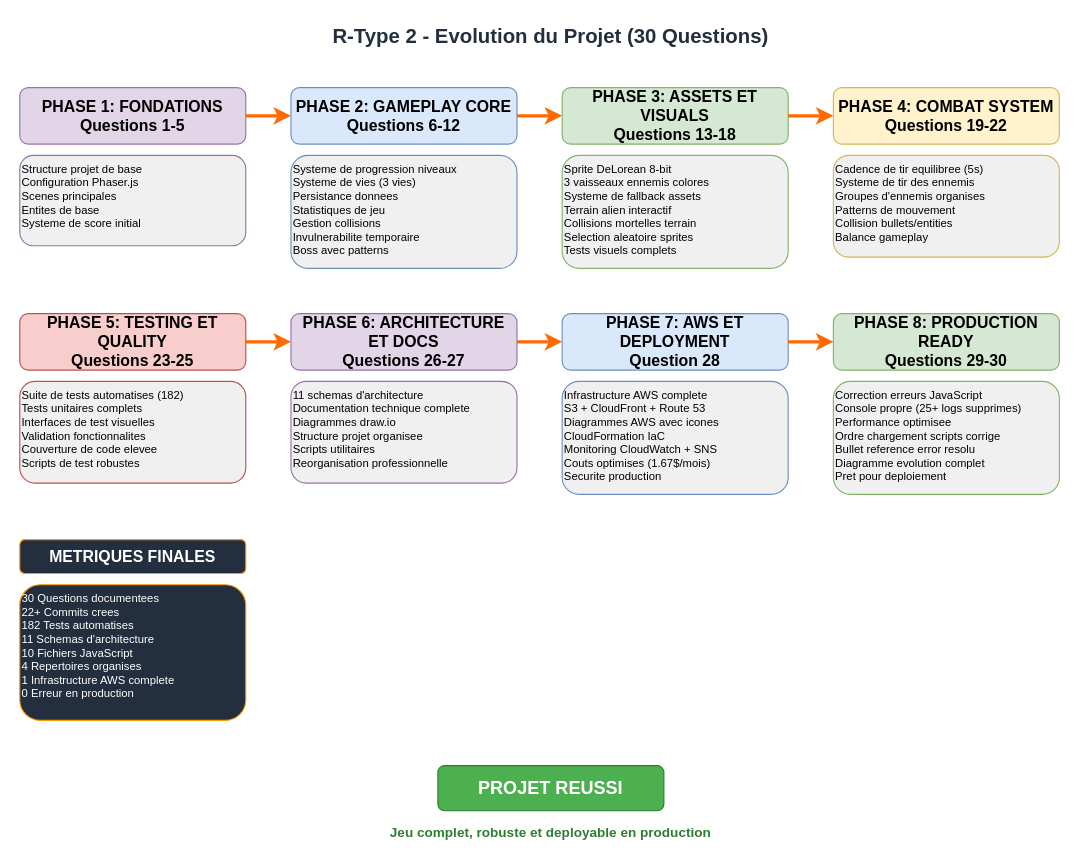
sylvainbruas/r-type-like keeps this draw.io diagram as architecture/11-evolution-projet.drawio. Above is the earlier version. Source tidied: cells renumbered, new cells numbered last; positions are measured from the earlier drawing's top-left corner, leaving out a move shared by most shapes. Both pictures are drawn from the tidied source at 113%, with x=0, y=0 at pixel (19, 19).
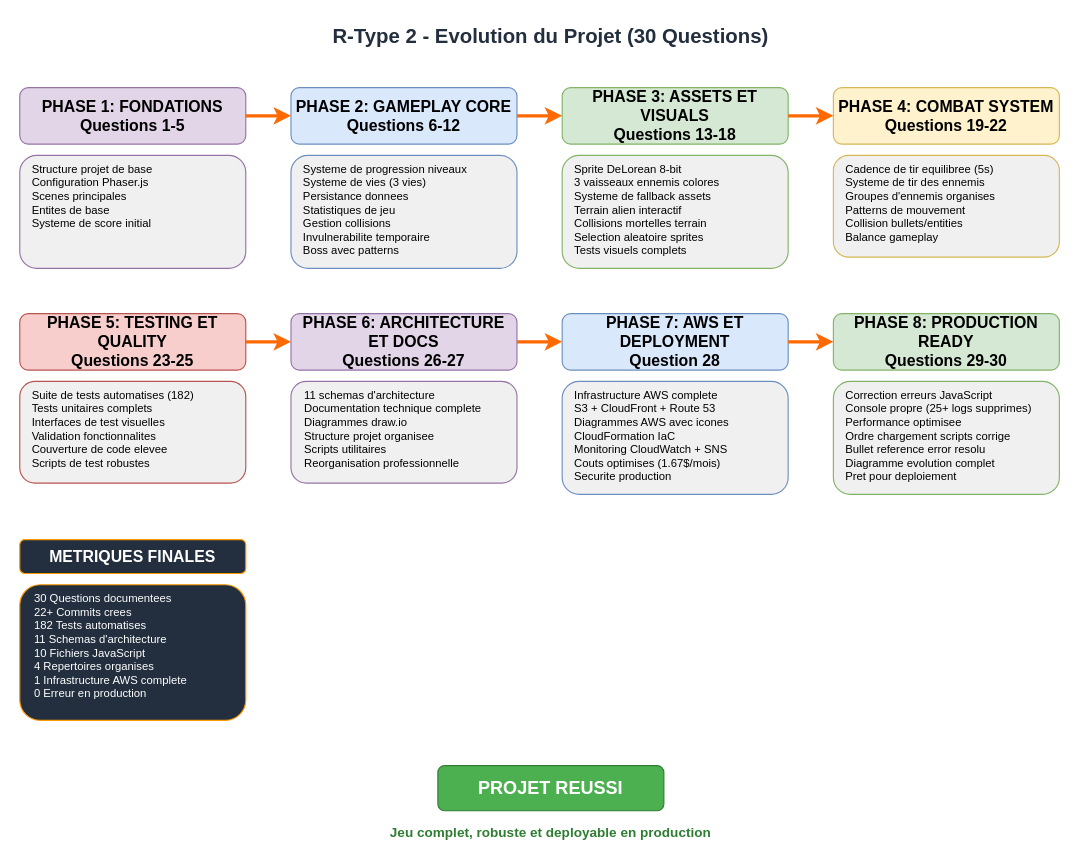
After the change.

Commit message (it also covers changes not shown here):
fix: Resolve Bullet class syntax error causing ReferenceError

What changed in the source:
```diff
@@
-    <mxCell id="4" value="Structure projet de base&#10;Configuration Phaser.js&#10;Scenes principales&#10;Entites de base&#10;Systeme de score initial" style="text;html=1;strokeColor=#9673A6;fillColor=#F0F0F0;align=left;verticalAlign=top;whiteSpace=wrap;rounded=1;fontSize=10;" parent="1" vertex="1">
-      <mxGeometry y="120" width="200" height="80" as="geometry" />
+    <mxCell id="4" value="Structure projet de base&#10;Configuration Phaser.js&#10;Scenes principales&#10;Entites de base&#10;Systeme de score initial" style="text;html=1;strokeColor=#9673A6;fillColor=#F0F0F0;align=left;verticalAlign=top;whiteSpace=wrap;rounded=1;fontSize=10;spacingLeft=9;" parent="1" vertex="1">
+      <mxGeometry y="120" width="200" height="100" as="geometry" />
     </mxCell>
@@
-    <mxCell id="6" value="Systeme de progression niveaux&#10;Systeme de vies (3 vies)&#10;Persistance donnees&#10;Statistiques de jeu&#10;Gestion collisions&#10;Invulnerabilite temporaire&#10;Boss avec patterns" style="text;html=1;strokeColor=#6C8EBF;fillColor=#F0F0F0;align=left;verticalAlign=top;whiteSpace=wrap;rounded=1;fontSize=10;" parent="1" vertex="1">
+    <mxCell id="6" value="Systeme de progression niveaux&#10;Systeme de vies (3 vies)&#10;Persistance donnees&#10;Statistiques de jeu&#10;Gestion collisions&#10;Invulnerabilite temporaire&#10;Boss avec patterns" style="text;html=1;strokeColor=#6C8EBF;fillColor=#F0F0F0;align=left;verticalAlign=top;whiteSpace=wrap;rounded=1;fontSize=10;spacingLeft=9;" parent="1" vertex="1">
       <mxGeometry x="240" y="120" width="200" height="100" as="geometry" />
     </mxCell>
@@
-    <mxCell id="8" value="Sprite DeLorean 8-bit&#10;3 vaisseaux ennemis colores&#10;Systeme de fallback assets&#10;Terrain alien interactif&#10;Collisions mortelles terrain&#10;Selection aleatoire sprites&#10;Tests visuels complets" style="text;html=1;strokeColor=#82B366;fillColor=#F0F0F0;align=left;verticalAlign=top;whiteSpace=wrap;rounded=1;fontSize=10;" parent="1" vertex="1">
+    <mxCell id="8" value="Sprite DeLorean 8-bit&#10;3 vaisseaux ennemis colores&#10;Systeme de fallback assets&#10;Terrain alien interactif&#10;Collisions mortelles terrain&#10;Selection aleatoire sprites&#10;Tests visuels complets" style="text;html=1;strokeColor=#82B366;fillColor=#F0F0F0;align=left;verticalAlign=top;whiteSpace=wrap;rounded=1;fontSize=10;spacingLeft=9;" parent="1" vertex="1">
       <mxGeometry x="480" y="120" width="200" height="100" as="geometry" />
     </mxCell>
@@
-    <mxCell id="10" value="Cadence de tir equilibree (5s)&#10;Systeme de tir des ennemis&#10;Groupes d'ennemis organises&#10;Patterns de mouvement&#10;Collision bullets/entities&#10;Balance gameplay" style="text;html=1;strokeColor=#D6B656;fillColor=#F0F0F0;align=left;verticalAlign=top;whiteSpace=wrap;rounded=1;fontSize=10;" parent="1" vertex="1">
+    <mxCell id="10" value="Cadence de tir equilibree (5s)&#10;Systeme de tir des ennemis&#10;Groupes d'ennemis organises&#10;Patterns de mouvement&#10;Collision bullets/entities&#10;Balance gameplay" style="text;html=1;strokeColor=#D6B656;fillColor=#F0F0F0;align=left;verticalAlign=top;whiteSpace=wrap;rounded=1;fontSize=10;spacingLeft=9;" parent="1" vertex="1">
       <mxGeometry x="720" y="120" width="200" height="90" as="geometry" />
     </mxCell>
@@
-    <mxCell id="12" value="Suite de tests automatises (182)&#10;Tests unitaires complets&#10;Interfaces de test visuelles&#10;Validation fonctionnalites&#10;Couverture de code elevee&#10;Scripts de test robustes" style="text;html=1;strokeColor=#B85450;fillColor=#F0F0F0;align=left;verticalAlign=top;whiteSpace=wrap;rounded=1;fontSize=10;" parent="1" vertex="1">
+    <mxCell id="12" value="Suite de tests automatises (182)&#10;Tests unitaires complets&#10;Interfaces de test visuelles&#10;Validation fonctionnalites&#10;Couverture de code elevee&#10;Scripts de test robustes" style="text;html=1;strokeColor=#B85450;fillColor=#F0F0F0;align=left;verticalAlign=top;whiteSpace=wrap;rounded=1;fontSize=10;spacingLeft=9;" parent="1" vertex="1">
       <mxGeometry y="320" width="200" height="90" as="geometry" />
     </mxCell>
@@
-    <mxCell id="14" value="11 schemas d'architecture&#10;Documentation technique complete&#10;Diagrammes draw.io&#10;Structure projet organisee&#10;Scripts utilitaires&#10;Reorganisation professionnelle" style="text;html=1;strokeColor=#9673A6;fillColor=#F0F0F0;align=left;verticalAlign=top;whiteSpace=wrap;rounded=1;fontSize=10;" parent="1" vertex="1">
+    <mxCell id="14" value="11 schemas d'architecture&#10;Documentation technique complete&#10;Diagrammes draw.io&#10;Structure projet organisee&#10;Scripts utilitaires&#10;Reorganisation professionnelle" style="text;html=1;strokeColor=#9673A6;fillColor=#F0F0F0;align=left;verticalAlign=top;whiteSpace=wrap;rounded=1;fontSize=10;spacingLeft=10;" parent="1" vertex="1">
       <mxGeometry x="240" y="320" width="200" height="90" as="geometry" />
     </mxCell>
@@
-    <mxCell id="16" value="Infrastructure AWS complete&#10;S3 + CloudFront + Route 53&#10;Diagrammes AWS avec icones&#10;CloudFormation IaC&#10;Monitoring CloudWatch + SNS&#10;Couts optimises (1.67$/mois)&#10;Securite production" style="text;html=1;strokeColor=#6C8EBF;fillColor=#F0F0F0;align=left;verticalAlign=top;whiteSpace=wrap;rounded=1;fontSize=10;" parent="1" vertex="1">
+    <mxCell id="16" value="Infrastructure AWS complete&#10;S3 + CloudFront + Route 53&#10;Diagrammes AWS avec icones&#10;CloudFormation IaC&#10;Monitoring CloudWatch + SNS&#10;Couts optimises (1.67$/mois)&#10;Securite production" style="text;html=1;strokeColor=#6C8EBF;fillColor=#F0F0F0;align=left;verticalAlign=top;whiteSpace=wrap;rounded=1;fontSize=10;spacingLeft=9;" parent="1" vertex="1">
       <mxGeometry x="480" y="320" width="200" height="100" as="geometry" />
     </mxCell>
@@
-    <mxCell id="18" value="Correction erreurs JavaScript&#10;Console propre (25+ logs supprimes)&#10;Performance optimisee&#10;Ordre chargement scripts corrige&#10;Bullet reference error resolu&#10;Diagramme evolution complet&#10;Pret pour deploiement" style="text;html=1;strokeColor=#82B366;fillColor=#F0F0F0;align=left;verticalAlign=top;whiteSpace=wrap;rounded=1;fontSize=10;" parent="1" vertex="1">
+    <mxCell id="18" value="Correction erreurs JavaScript&#10;Console propre (25+ logs supprimes)&#10;Performance optimisee&#10;Ordre chargement scripts corrige&#10;Bullet reference error resolu&#10;Diagramme evolution complet&#10;Pret pour deploiement" style="text;html=1;strokeColor=#82B366;fillColor=#F0F0F0;align=left;verticalAlign=top;whiteSpace=wrap;rounded=1;fontSize=10;spacingLeft=9;" parent="1" vertex="1">
       <mxGeometry x="720" y="320" width="200" height="100" as="geometry" />
     </mxCell>
@@
-    <mxCell id="26" value="30 Questions documentees&#10;22+ Commits crees&#10;182 Tests automatises&#10;11 Schemas d'architecture&#10;10 Fichiers JavaScript&#10;4 Repertoires organises&#10;1 Infrastructure AWS complete&#10;0 Erreur en production" style="text;html=1;strokeColor=#FF9900;fillColor=#232F3E;align=left;verticalAlign=top;whiteSpace=wrap;rounded=1;fontSize=10;fontColor=#FFFFFF;" parent="1" vertex="1">
+    <mxCell id="26" value="30 Questions documentees&#10;22+ Commits crees&#10;182 Tests automatises&#10;11 Schemas d'architecture&#10;10 Fichiers JavaScript&#10;4 Repertoires organises&#10;1 Infrastructure AWS complete&#10;0 Erreur en production" style="text;html=1;strokeColor=#FF9900;fillColor=#232F3E;align=left;verticalAlign=top;whiteSpace=wrap;rounded=1;fontSize=10;fontColor=#FFFFFF;spacingLeft=11;" parent="1" vertex="1">
       <mxGeometry y="500" width="200" height="120" as="geometry" />
     </mxCell>
```
